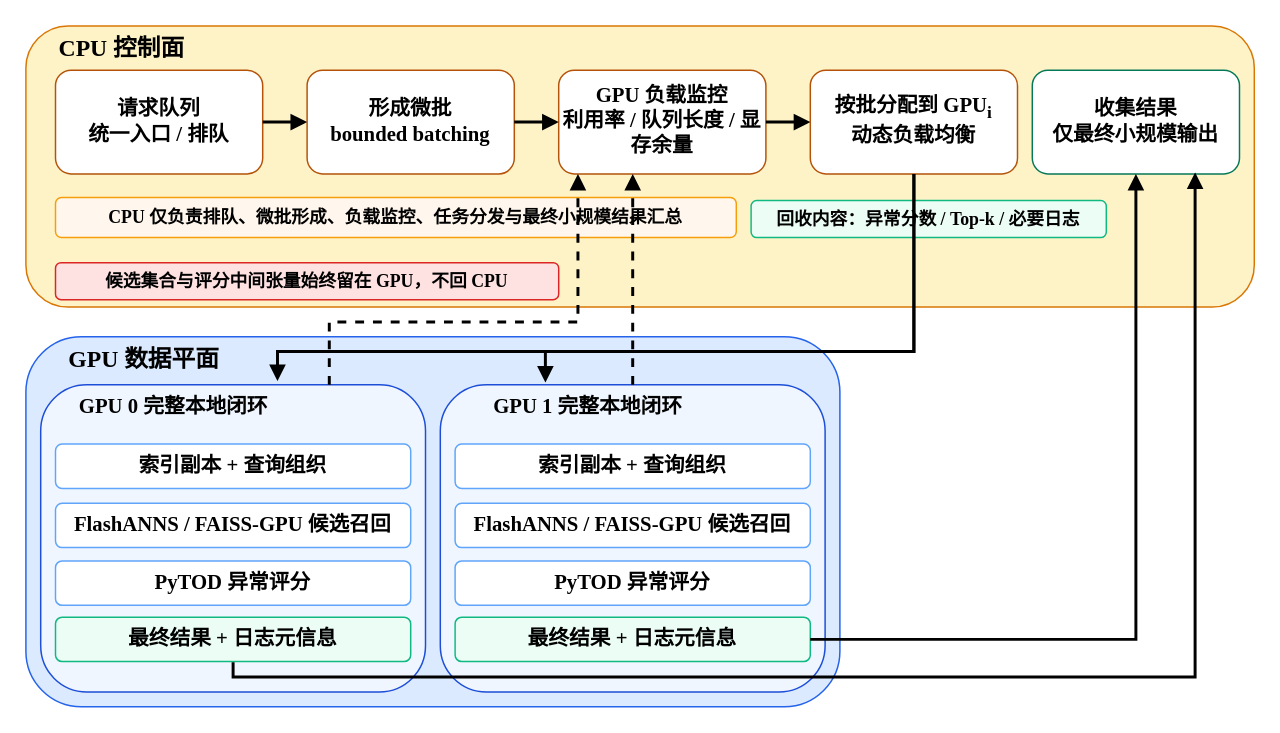
HuangEven/latex-template keeps this draw.io diagram as figures/fig5_2_cpu_control_plane_microbatch.drawio. Above is the earlier version. Source tidied: cells renumbered, new cells numbered last; positions are measured from the earlier drawing's top-left corner, leaving out a move shared by most shapes. Both pictures are drawn from the tidied source at 148%, with x=0, y=0 at pixel (25, 25).
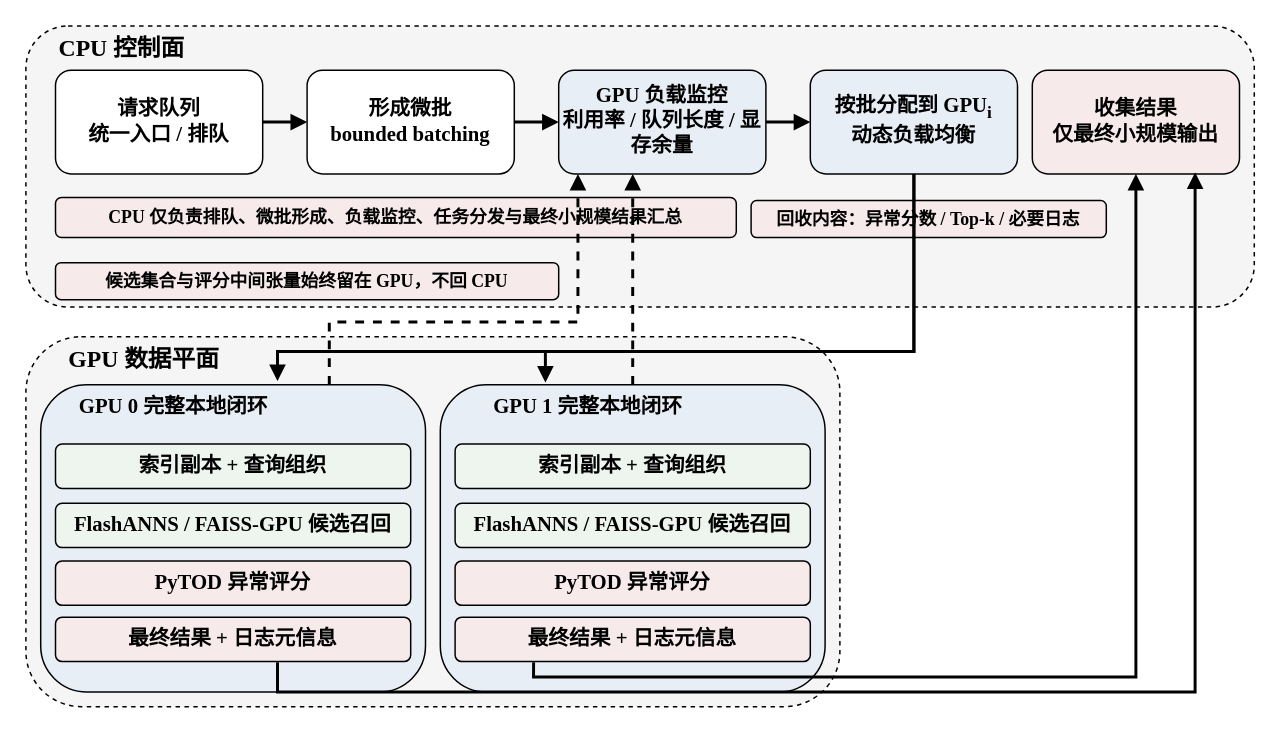
The same diagram, later.

Change to the diagram source:
```diff
@@
-    <mxCell id="2" style="rounded=1;whiteSpace=wrap;html=1;fillColor=#FEF3C7;strokeColor=#D97706;fontStyle=1;fontSize=14;align=left;spacingLeft=18;verticalAlign=top;spacingTop=14;fontColor=#000000;fontFamily=Times New Roman;" parent="1" vertex="1">
+    <mxCell id="2" style="rounded=1;whiteSpace=wrap;html=1;fillColor=#f5f5f5;strokeColor=#000000;fontStyle=1;fontSize=14;align=left;spacingLeft=18;verticalAlign=top;spacingTop=14;fontColor=#333333;fontFamily=Times New Roman;dashed=1;" parent="1" vertex="1">
       <mxGeometry width="830" height="190" as="geometry" />
     </mxCell>
-    <mxCell id="3" style="rounded=1;whiteSpace=wrap;html=1;fillColor=#DBEAFE;strokeColor=#2563EB;fontStyle=1;fontSize=14;align=left;spacingLeft=18;verticalAlign=top;spacingTop=14;fontColor=#000000;fontFamily=Times New Roman;" parent="1" vertex="1">
+    <mxCell id="3" style="rounded=1;whiteSpace=wrap;html=1;fillColor=#f5f5f5;strokeColor=#000000;fontStyle=1;fontSize=14;align=left;spacingLeft=18;verticalAlign=top;spacingTop=14;fontColor=#333333;fontFamily=Times New Roman;dashed=1;" parent="1" vertex="1">
       <mxGeometry y="210" width="550" height="250" as="geometry" />
     </mxCell>
-    <mxCell id="4" value="请求队列&#10;统一入口 / 排队" style="rounded=1;whiteSpace=wrap;html=1;fillColor=#FFFFFF;strokeColor=#B45309;fontSize=14;fontStyle=1;fontColor=#000000;fontFamily=Times New Roman;" parent="1" vertex="1">
+    <mxCell id="4" value="请求队列&#10;统一入口 / 排队" style="rounded=1;whiteSpace=wrap;html=1;fillColor=#FFFFFF;strokeColor=#000000;fontSize=14;fontStyle=1;fontColor=#000000;fontFamily=Times New Roman;" parent="1" vertex="1">
       <mxGeometry x="20" y="30" width="140" height="70" as="geometry" />
     </mxCell>
-    <mxCell id="5" value="形成微批&#10;bounded batching" style="rounded=1;whiteSpace=wrap;html=1;fillColor=#FFFFFF;strokeColor=#B45309;fontSize=14;fontStyle=1;fontColor=#000000;fontFamily=Times New Roman;" parent="1" vertex="1">
+    <mxCell id="5" value="形成微批&#10;bounded batching" style="rounded=1;whiteSpace=wrap;html=1;fillColor=#FFFFFF;strokeColor=#000000;fontSize=14;fontStyle=1;fontColor=#000000;fontFamily=Times New Roman;" parent="1" vertex="1">
       <mxGeometry x="190" y="30" width="140" height="70" as="geometry" />
     </mxCell>
-    <mxCell id="6" value="GPU 负载监控&#10;利用率 / 队列长度 / 显存余量" style="rounded=1;whiteSpace=wrap;html=1;fillColor=#FFFFFF;strokeColor=#B45309;fontSize=14;fontStyle=1;fontColor=#000000;fontFamily=Times New Roman;" parent="1" vertex="1">
+    <mxCell id="6" value="GPU 负载监控&#10;利用率 / 队列长度 / 显存余量" style="rounded=1;whiteSpace=wrap;html=1;fillColor=#E8EEF5;strokeColor=#000000;fontSize=14;fontStyle=1;fontColor=#000000;fontFamily=Times New Roman;" parent="1" vertex="1">
       <mxGeometry x="360" y="30" width="140" height="70" as="geometry" />
     </mxCell>
-    <mxCell id="7" value="按批分配到 GPU&lt;sub&gt;i&lt;/sub&gt;&lt;br&gt;动态负载均衡" style="rounded=1;whiteSpace=wrap;html=1;fillColor=#FFFFFF;strokeColor=#B45309;fontSize=14;fontStyle=1;fontColor=#000000;fontFamily=Times New Roman;" parent="1" vertex="1">
+    <mxCell id="7" value="按批分配到 GPU&lt;sub&gt;i&lt;/sub&gt;&lt;br&gt;动态负载均衡" style="rounded=1;whiteSpace=wrap;html=1;fillColor=#E8EEF5;strokeColor=#000000;fontSize=14;fontStyle=1;fontColor=#000000;fontFamily=Times New Roman;" parent="1" vertex="1">
       <mxGeometry x="530" y="30" width="140" height="70" as="geometry" />
     </mxCell>
-    <mxCell id="8" value="收集结果&#10;仅最终小规模输出" style="rounded=1;whiteSpace=wrap;html=1;fillColor=#FFFFFF;strokeColor=#047857;fontSize=14;fontStyle=1;fontColor=#000000;fontFamily=Times New Roman;" parent="1" vertex="1">
+    <mxCell id="8" value="收集结果&#10;仅最终小规模输出" style="rounded=1;whiteSpace=wrap;html=1;fillColor=#F6EAEA;strokeColor=#000000;fontSize=14;fontStyle=1;fontColor=#000000;fontFamily=Times New Roman;" parent="1" vertex="1">
       <mxGeometry x="680" y="30" width="140" height="70" as="geometry" />
     </mxCell>
-    <mxCell id="9" value="CPU 仅负责排队、微批形成、负载监控、任务分发与最终小规模结果汇总" style="rounded=1;whiteSpace=wrap;html=1;fillColor=#FFF7ED;strokeColor=#F59E0B;fontSize=12;fontColor=#000000;fontStyle=1;fontFamily=Times New Roman;" parent="1" vertex="1">
+    <mxCell id="9" value="CPU 仅负责排队、微批形成、负载监控、任务分发与最终小规模结果汇总" style="rounded=1;whiteSpace=wrap;html=1;fillColor=#F6EAEA;strokeColor=#000000;fontSize=12;fontColor=#000000;fontStyle=1;fontFamily=Times New Roman;" parent="1" vertex="1">
       <mxGeometry x="20" y="116" width="460" height="27" as="geometry" />
     </mxCell>
-    <mxCell id="10" value="候选集合与评分中间张量始终留在 GPU，不回 CPU" style="rounded=1;whiteSpace=wrap;html=1;fillColor=#FEE2E2;strokeColor=#DC2626;fontSize=12;fontStyle=1;fontColor=#000000;rotation=0;fontFamily=Times New Roman;" parent="1" vertex="1">
+    <mxCell id="10" value="候选集合与评分中间张量始终留在 GPU，不回 CPU" style="rounded=1;whiteSpace=wrap;html=1;fillColor=#F6EAEA;strokeColor=#000000;fontSize=12;fontStyle=1;fontColor=#000000;rotation=0;fontFamily=Times New Roman;" parent="1" vertex="1">
       <mxGeometry x="20" y="160" width="340" height="25" as="geometry" />
     </mxCell>
-    <mxCell id="11" style="rounded=1;whiteSpace=wrap;html=1;fillColor=#EFF6FF;strokeColor=#1D4ED8;fontStyle=1;fontSize=14;align=left;spacingLeft=14;verticalAlign=top;spacingTop=10;fontColor=#000000;fontFamily=Times New Roman;" parent="1" vertex="1">
+    <mxCell id="11" style="rounded=1;whiteSpace=wrap;html=1;fillColor=#E8EEF5;strokeColor=#000000;fontStyle=1;fontSize=14;align=left;spacingLeft=14;verticalAlign=top;spacingTop=10;fontColor=#000000;fontFamily=Times New Roman;" parent="1" vertex="1">
       <mxGeometry x="10" y="242.5" width="260" height="207.5" as="geometry" />
     </mxCell>
-    <mxCell id="12" value="索引副本 + 查询组织" style="rounded=1;whiteSpace=wrap;html=1;fillColor=#FFFFFF;strokeColor=#60A5FA;fontSize=14;fontColor=#000000;fontStyle=1;fontFamily=Times New Roman;" parent="1" vertex="1">
+    <mxCell id="12" value="索引副本 + 查询组织" style="rounded=1;whiteSpace=wrap;html=1;fillColor=#EEF5EE;strokeColor=#000000;fontSize=14;fontColor=#000000;fontStyle=1;fontFamily=Times New Roman;" parent="1" vertex="1">
       <mxGeometry x="20" y="282.5" width="240" height="30" as="geometry" />
     </mxCell>
-    <mxCell id="13" value="FlashANNS / FAISS-GPU 候选召回" style="rounded=1;whiteSpace=wrap;html=1;fillColor=#FFFFFF;strokeColor=#60A5FA;fontSize=14;rotation=0;fontColor=#000000;fontStyle=1;fontFamily=Times New Roman;" parent="1" vertex="1">
+    <mxCell id="13" value="FlashANNS / FAISS-GPU 候选召回" style="rounded=1;whiteSpace=wrap;html=1;fillColor=#EEF5EE;strokeColor=#000000;fontSize=14;rotation=0;fontColor=#000000;fontStyle=1;fontFamily=Times New Roman;" parent="1" vertex="1">
       <mxGeometry x="20" y="322.5" width="240" height="30" as="geometry" />
     </mxCell>
-    <mxCell id="14" value="PyTOD 异常评分" style="rounded=1;whiteSpace=wrap;html=1;fillColor=#FFFFFF;strokeColor=#60A5FA;fontSize=14;fontColor=#000000;fontStyle=1;fontFamily=Times New Roman;" parent="1" vertex="1">
+    <mxCell id="14" value="PyTOD 异常评分" style="rounded=1;whiteSpace=wrap;html=1;fillColor=#F6EAEA;strokeColor=#000000;fontSize=14;fontColor=#000000;fontStyle=1;fontFamily=Times New Roman;" parent="1" vertex="1">
       <mxGeometry x="20" y="361.5" width="240" height="30" as="geometry" />
     </mxCell>
-    <mxCell id="15" value="最终结果 + 日志元信息" style="rounded=1;whiteSpace=wrap;html=1;fillColor=#ECFDF5;strokeColor=#10B981;fontSize=14;fontStyle=1;fontColor=#000000;fontFamily=Times New Roman;" parent="1" vertex="1">
+    <mxCell id="15" value="最终结果 + 日志元信息" style="rounded=1;whiteSpace=wrap;html=1;fillColor=#F6EAEA;strokeColor=#000000;fontSize=14;fontStyle=1;fontColor=#000000;fontFamily=Times New Roman;" parent="1" vertex="1">
       <mxGeometry x="20" y="399.5" width="240" height="30" as="geometry" />
     </mxCell>
-    <mxCell id="16" style="rounded=1;whiteSpace=wrap;html=1;fillColor=#EFF6FF;strokeColor=#1D4ED8;fontStyle=1;fontSize=14;align=left;spacingLeft=14;verticalAlign=top;spacingTop=10;rotation=0;fontColor=#000000;fontFamily=Times New Roman;" parent="1" vertex="1">
+    <mxCell id="16" style="rounded=1;whiteSpace=wrap;html=1;fillColor=#E8EEF5;strokeColor=#000000;fontStyle=1;fontSize=14;align=left;spacingLeft=14;verticalAlign=top;spacingTop=10;rotation=0;fontColor=#000000;fontFamily=Times New Roman;" parent="1" vertex="1">
       <mxGeometry x="280" y="242.5" width="260" height="207.5" as="geometry" />
     </mxCell>
-    <mxCell id="17" value="索引副本 + 查询组织" style="rounded=1;whiteSpace=wrap;html=1;fillColor=#FFFFFF;strokeColor=#60A5FA;fontSize=14;fontColor=#000000;fontStyle=1;fontFamily=Times New Roman;" parent="1" vertex="1">
+    <mxCell id="17" value="索引副本 + 查询组织" style="rounded=1;whiteSpace=wrap;html=1;fillColor=#EEF5EE;strokeColor=#000000;fontSize=14;fontColor=#000000;fontStyle=1;fontFamily=Times New Roman;" parent="1" vertex="1">
       <mxGeometry x="290" y="282.5" width="240" height="30" as="geometry" />
     </mxCell>
-    <mxCell id="18" value="FlashANNS / FAISS-GPU 候选召回" style="rounded=1;whiteSpace=wrap;html=1;fillColor=#FFFFFF;strokeColor=#60A5FA;fontSize=14;fontColor=#000000;fontStyle=1;fontFamily=Times New Roman;" parent="1" vertex="1">
+    <mxCell id="18" value="FlashANNS / FAISS-GPU 候选召回" style="rounded=1;whiteSpace=wrap;html=1;fillColor=#EEF5EE;strokeColor=#000000;fontSize=14;fontColor=#000000;fontStyle=1;fontFamily=Times New Roman;" parent="1" vertex="1">
       <mxGeometry x="290" y="322.5" width="240" height="30" as="geometry" />
     </mxCell>
-    <mxCell id="19" value="PyTOD 异常评分" style="rounded=1;whiteSpace=wrap;html=1;fillColor=#FFFFFF;strokeColor=#60A5FA;fontSize=14;fontColor=#000000;fontStyle=1;fontFamily=Times New Roman;" parent="1" vertex="1">
+    <mxCell id="19" value="PyTOD 异常评分" style="rounded=1;whiteSpace=wrap;html=1;fillColor=#F6EAEA;strokeColor=#000000;fontSize=14;fontColor=#000000;fontStyle=1;fontFamily=Times New Roman;" parent="1" vertex="1">
       <mxGeometry x="290" y="361.5" width="240" height="30" as="geometry" />
     </mxCell>
-    <mxCell id="20" value="最终结果 + 日志元信息" style="rounded=1;whiteSpace=wrap;html=1;fillColor=#ECFDF5;strokeColor=#10B981;fontSize=14;fontStyle=1;fontColor=#000000;fontFamily=Times New Roman;" parent="1" vertex="1">
+    <mxCell id="20" value="最终结果 + 日志元信息" style="rounded=1;whiteSpace=wrap;html=1;fillColor=#F6EAEA;strokeColor=#000000;fontSize=14;fontStyle=1;fontColor=#000000;fontFamily=Times New Roman;" parent="1" vertex="1">
       <mxGeometry x="290" y="399.5" width="240" height="30" as="geometry" />
     </mxCell>
-    <mxCell id="21" value="回收内容：异常分数 / Top-k / 必要日志" style="rounded=1;whiteSpace=wrap;html=1;fillColor=#ECFDF5;strokeColor=#10B981;fontSize=12;fontColor=#000000;fontStyle=1;fontFamily=Times New Roman;" parent="1" vertex="1">
+    <mxCell id="21" value="回收内容：异常分数 / Top-k / 必要日志" style="rounded=1;whiteSpace=wrap;html=1;fillColor=#F6EAEA;strokeColor=#000000;fontSize=12;fontColor=#000000;fontStyle=1;fontFamily=Times New Roman;" parent="1" vertex="1">
       <mxGeometry x="490" y="118" width="240" height="25" as="geometry" />
     </mxCell>
@@
     <mxCell id="27" style="edgeStyle=orthogonalEdgeStyle;rounded=0;orthogonalLoop=1;jettySize=auto;html=1;strokeColor=#000000;strokeWidth=2;endArrow=block;fontSize=14;fontColor=#000000;fontStyle=1;fontFamily=Times New Roman;" parent="1" edge="1">
       <mxGeometry relative="1" as="geometry">
-        <mxPoint x="140" y="430" as="sourcePoint" />
+        <mxPoint x="170" y="430" as="sourcePoint" />
         <mxPoint x="790" y="99" as="targetPoint" />
         <Array as="points">
-          <mxPoint x="140" y="440" />
-          <mxPoint x="790" y="440" />
-          <mxPoint x="790" y="99" />
+          <mxPoint x="170" y="450" />
+          <mxPoint x="790" y="450" />
         </Array>
       </mxGeometry>
     </mxCell>
-    <mxCell id="28" style="edgeStyle=orthogonalEdgeStyle;rounded=0;jettySize=auto;html=1;strokeColor=#000000;strokeWidth=2;endArrow=block;exitX=1;exitY=0.5;exitDx=0;exitDy=0;fontSize=14;fontColor=#000000;fontStyle=1;entryX=0.5;entryY=1;entryDx=0;entryDy=0;fontFamily=Times New Roman;" parent="1" edge="1" source="20" target="8">
+    <mxCell id="28" style="edgeStyle=orthogonalEdgeStyle;rounded=0;jettySize=auto;html=1;strokeColor=#000000;strokeWidth=2;endArrow=block;exitX=0.221;exitY=1.017;exitDx=0;exitDy=0;fontSize=14;fontColor=#000000;fontStyle=1;entryX=0.5;entryY=1;entryDx=0;entryDy=0;fontFamily=Times New Roman;exitPerimeter=0;" parent="1" edge="1" source="20" target="8">
       <mxGeometry relative="1" as="geometry">
         <Array as="points">
-          <mxPoint x="750" y="415" />
+          <mxPoint x="343" y="440" />
+          <mxPoint x="750" y="440" />
         </Array>
       </mxGeometry>
     </mxCell>
```
